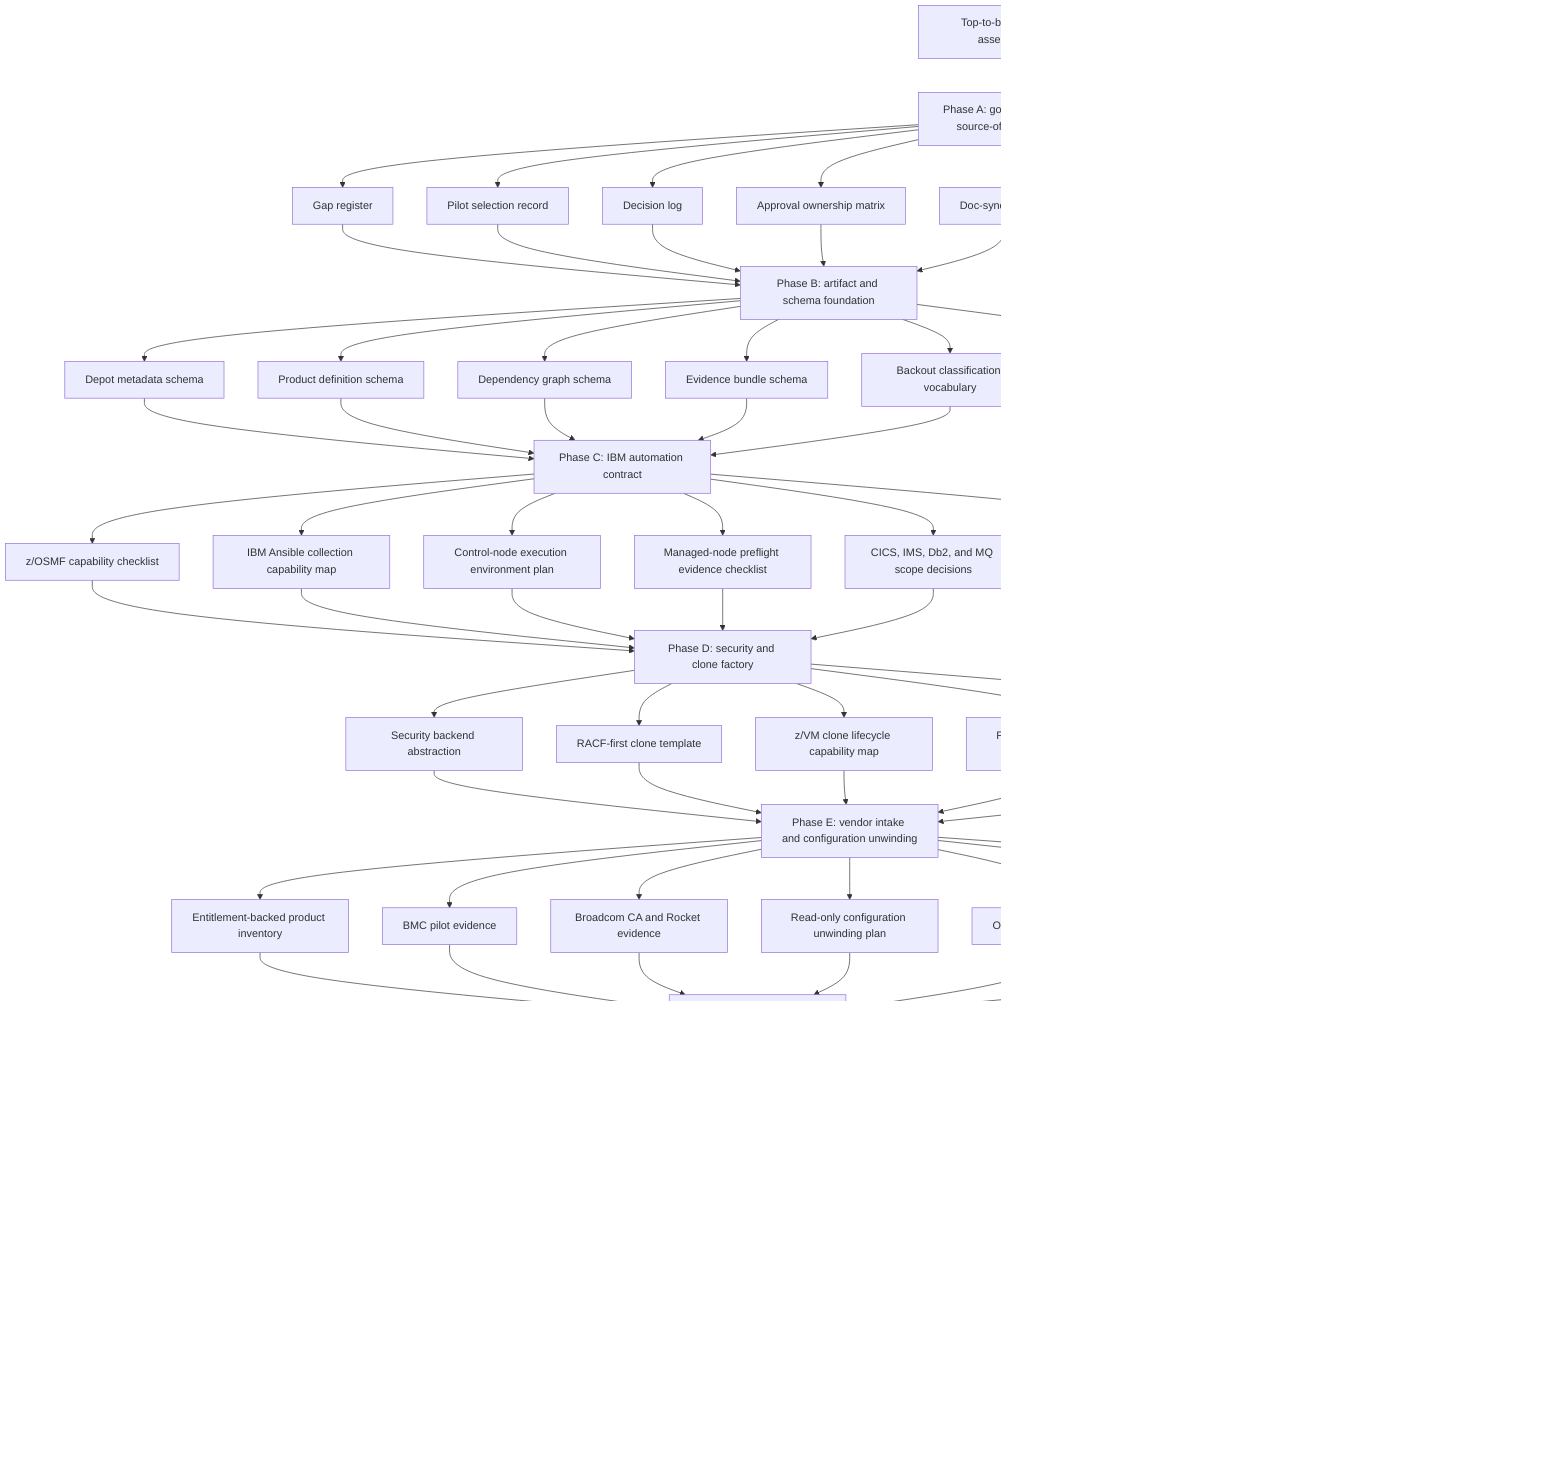
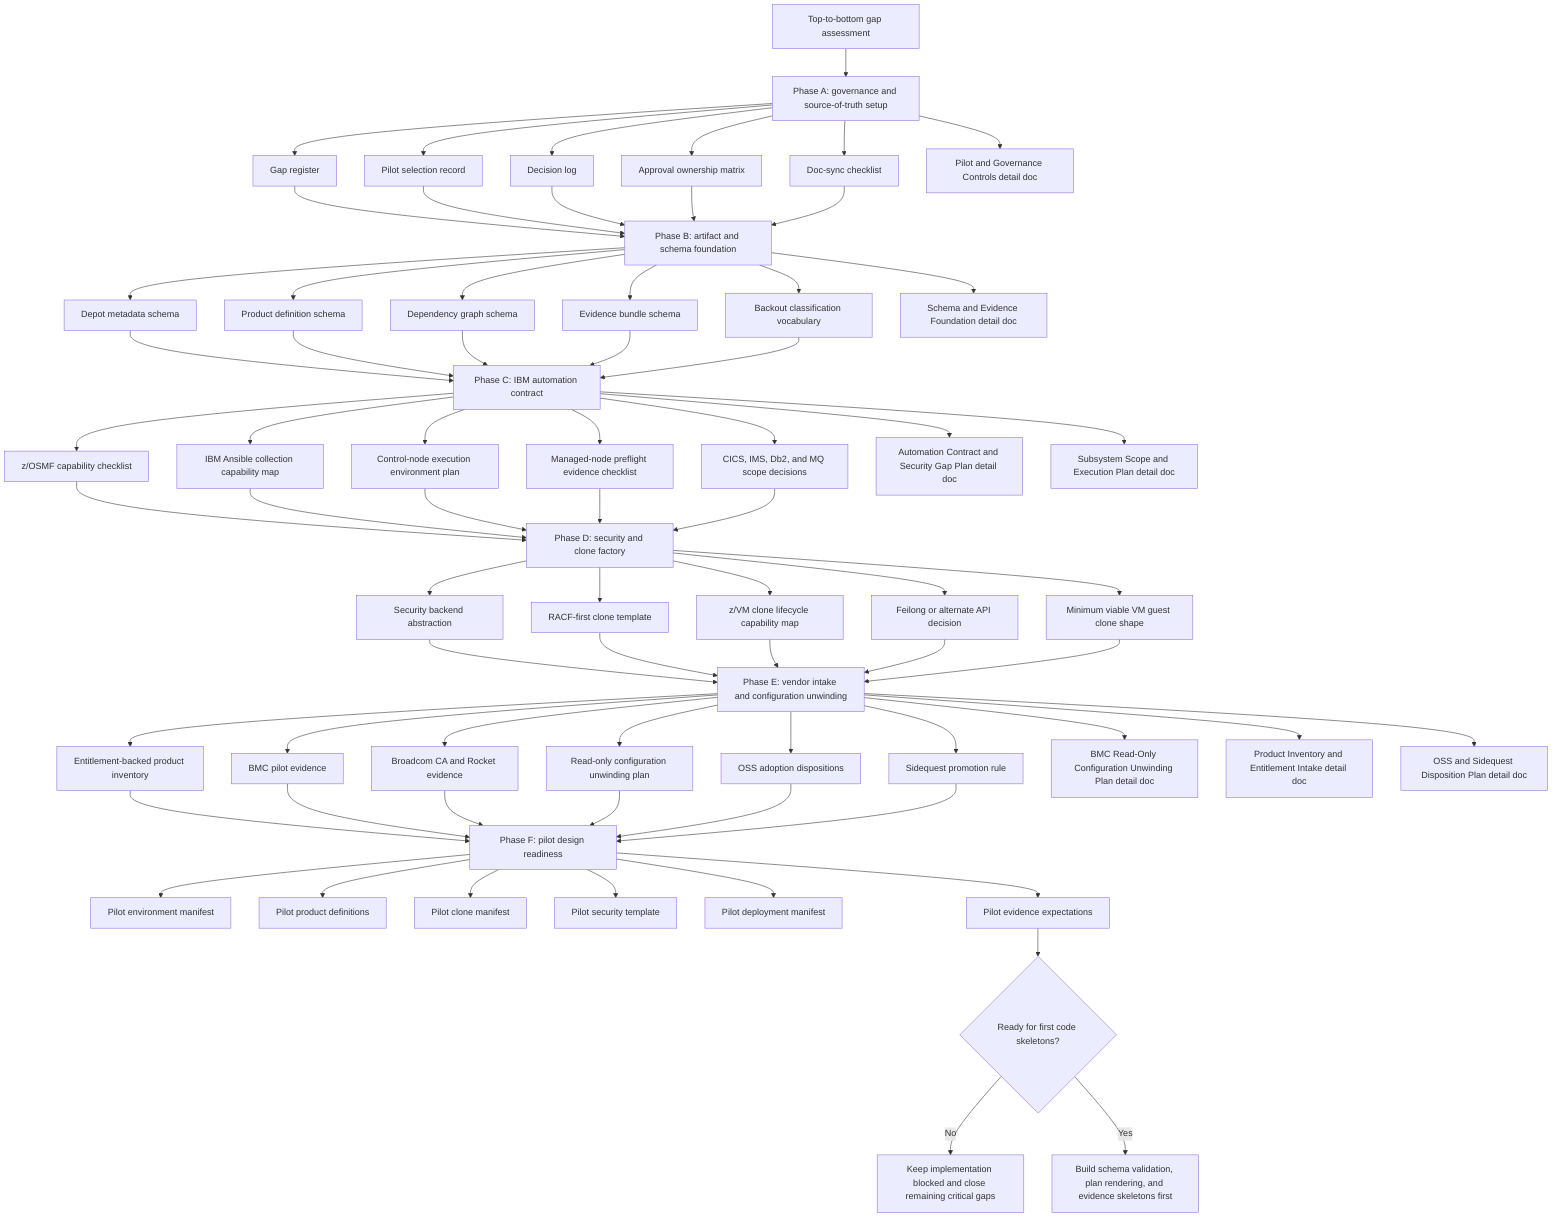
flowchart TD
    A["Top-to-bottom gap assessment"] --> B["Phase A: governance and source-of-truth setup"]
    B --> C["Gap register"]
    B --> D["Pilot selection record"]
    B --> E["Decision log"]
    B --> F["Approval ownership matrix"]
    B --> G["Doc-sync checklist"]
    B --> BA["Pilot and Governance Controls detail doc"]

    C --> H["Phase B: artifact and schema foundation"]
    D --> H
    E --> H
    F --> H
    G --> H

    H --> I["Depot metadata schema"]
    H --> J["Product definition schema"]
    H --> K["Dependency graph schema"]
    H --> L["Evidence bundle schema"]
    H --> M["Backout classification vocabulary"]
    H --> HA["Schema and Evidence Foundation detail doc"]

    I --> N["Phase C: IBM automation contract"]
    J --> N
    K --> N
    L --> N
    M --> N

    N --> O["z/OSMF capability checklist"]
    N --> P["IBM Ansible collection capability map"]
    N --> Q["Control-node execution environment plan"]
    N --> R["Managed-node preflight evidence checklist"]
    N --> S["CICS, IMS, Db2, and MQ scope decisions"]
    N --> NA["Automation Contract and Security Gap Plan detail doc"]
+     N --> NB["Subsystem Scope and Execution Plan detail doc"]

    O --> T["Phase D: security and clone factory"]
    P --> T
    Q --> T
    R --> T
    S --> T

    T --> U["Security backend abstraction"]
    T --> V["RACF-first clone template"]
    T --> W["z/VM clone lifecycle capability map"]
    T --> X["Feilong or alternate API decision"]
    T --> Y["Minimum viable VM guest clone shape"]

    U --> Z["Phase E: vendor intake and configuration unwinding"]
    V --> Z
    W --> Z
    X --> Z
    Y --> Z

    Z --> AA["Entitlement-backed product inventory"]
    Z --> AB["BMC pilot evidence"]
    Z --> AC["Broadcom CA and Rocket evidence"]
    Z --> AD["Read-only configuration unwinding plan"]
    Z --> AE["OSS adoption dispositions"]
    Z --> AF["Sidequest promotion rule"]
    Z --> ZA["BMC Read-Only Configuration Unwinding Plan detail doc"]
+     Z --> ZB["Product Inventory and Entitlement Intake detail doc"]
+     Z --> ZC["OSS and Sidequest Disposition Plan detail doc"]

    AA --> AG["Phase F: pilot design readiness"]
    AB --> AG
    AC --> AG
    AD --> AG
    AE --> AG
    AF --> AG

    AG --> AH["Pilot environment manifest"]
    AG --> AI["Pilot product definitions"]
    AG --> AJ["Pilot clone manifest"]
    AG --> AK["Pilot security template"]
    AG --> AL["Pilot deployment manifest"]
    AG --> AM["Pilot evidence expectations"]
    AM --> AN{"Ready for first code skeletons?"}
    AN -- "No" --> AO["Keep implementation blocked and close remaining critical gaps"]
    AN -- "Yes" --> AP["Build schema validation, plan rendering, and evidence skeletons first"]
